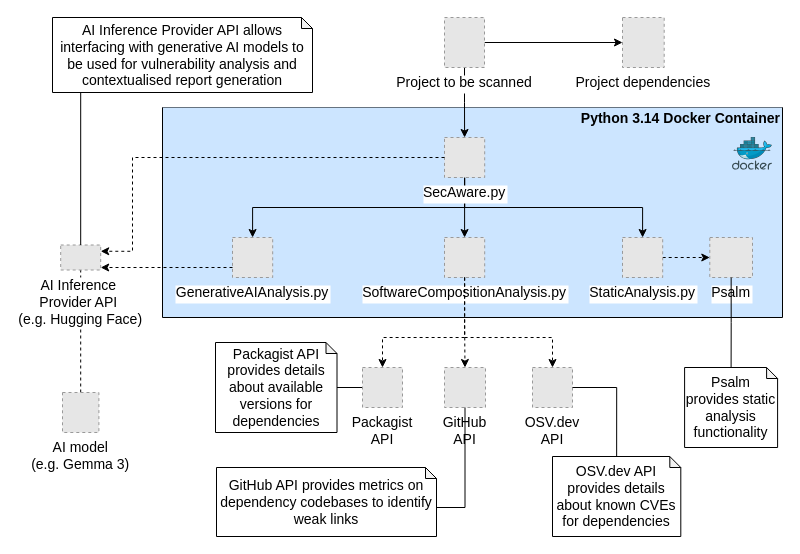
This is docs/SecAware.drawio from AlexWinder/SecAware, a draw.io file, before an edit. Source tidied: cells renumbered, new cells numbered last; positions are measured from the earlier drawing's top-left corner, leaving out a move shared by most shapes. Both pictures are drawn from the tidied source at 100%, with x=0, y=0 at pixel (52, 17). Pictures stored in the file or linked from it are replaced by grey dashed boxes.
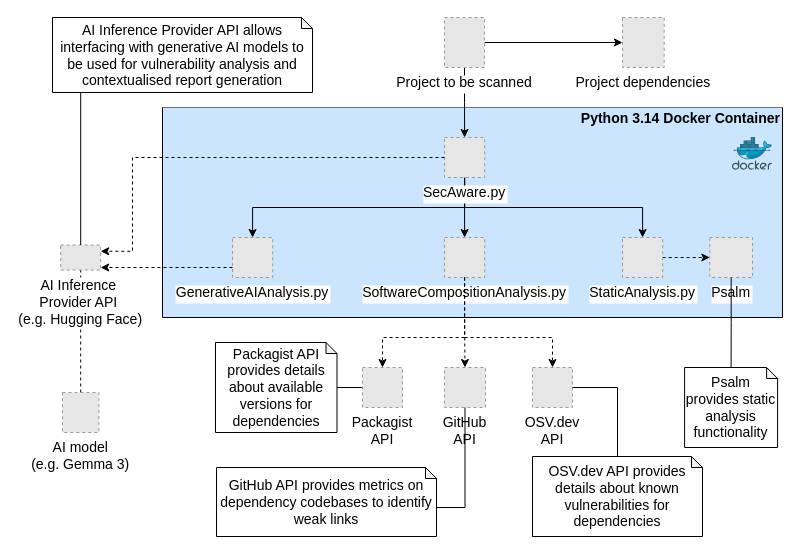
After the change.

Commit message (it also covers changes not shown here):
Wording in architecture diagram

Diff of the diagram source:
```diff
@@
-    <mxCell id="25" value="OSV.dev API provides details about known CVEs for dependencies" style="shape=note;whiteSpace=wrap;html=1;backgroundOutline=1;darkOpacity=0.05;size=11;fontSize=14;" parent="1" vertex="1">
-      <mxGeometry x="500" y="439" width="128.3" height="80" as="geometry" />
+    <mxCell id="25" value="OSV.dev API provides details about known vulnerabilities for dependencies" style="shape=note;whiteSpace=wrap;html=1;backgroundOutline=1;darkOpacity=0.05;size=11;fontSize=14;" parent="1" vertex="1">
+      <mxGeometry x="480" y="439" width="170" height="80" as="geometry" />
     </mxCell>
```
